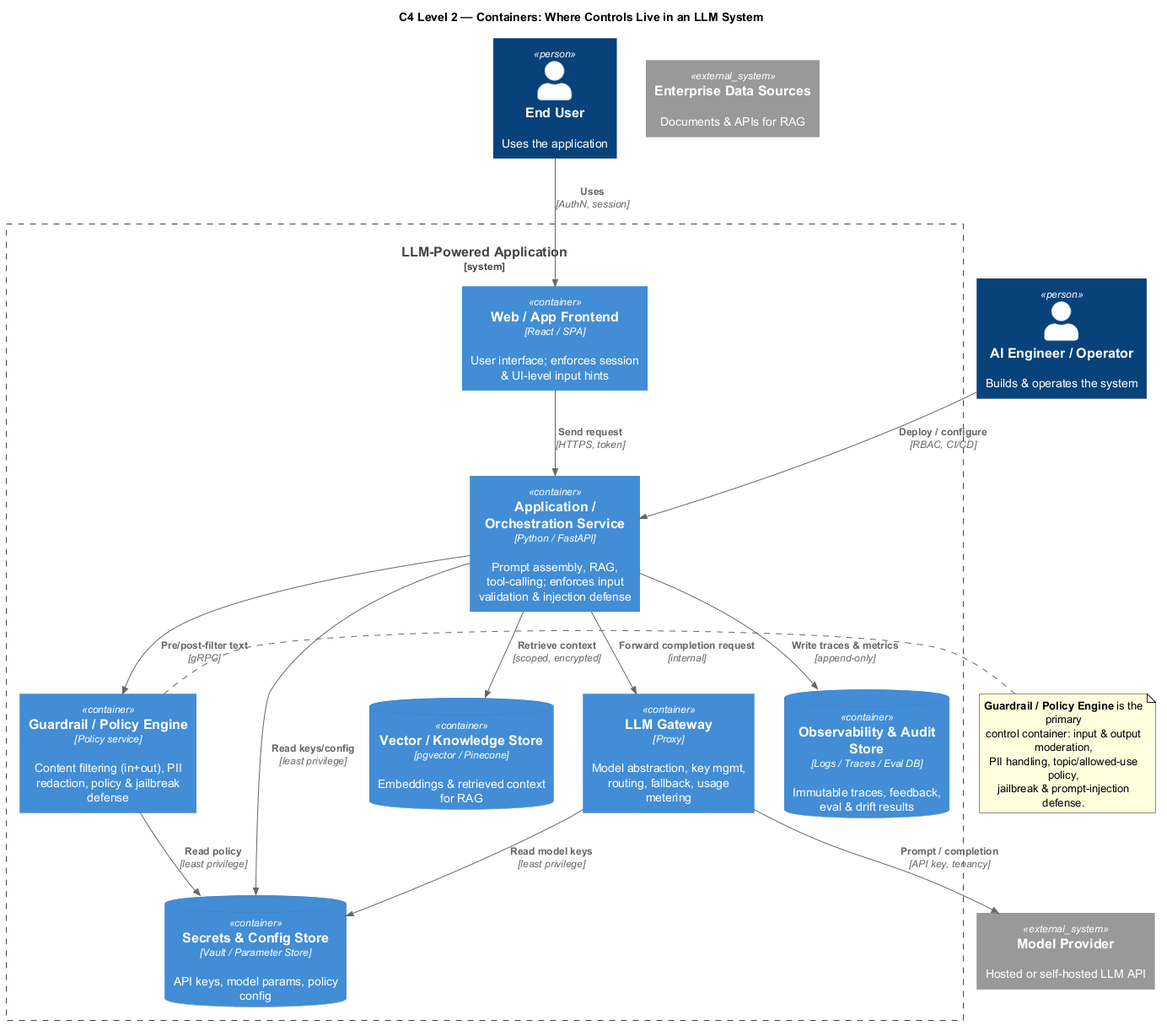
Before: 02-container.png, a diagram exported from PlantUML (hoggmania/llm-c4-controls). Its diagram source:
```plantuml
@startuml
!includeurl https://raw.githubusercontent.com/plantuml-stdlib/C4-PlantUML/master/C4_Container.puml

title C4 Level 2 — Containers: Where Controls Live in an LLM System

Person(user, "End User", "Uses the application")
Person(engineer, "AI Engineer / Operator", "Builds & operates the system")

System_Boundary(llmApp, "LLM-Powered Application") {

  Container(ui, "Web / App Frontend", "React / SPA", "User interface; enforces session & UI-level input hints")

  Container(orch, "Application / Orchestration Service", "Python / FastAPI", "Prompt assembly, RAG, tool-calling; enforces input validation & injection defense")
  Container(guard, "Guardrail / Policy Engine", "Policy service", "Content filtering (in+out), PII redaction, policy & jailbreak defense")
  Container(gw, "LLM Gateway", "Proxy", "Model abstraction, key mgmt, routing, fallback, usage metering")

  ContainerDb(vec, "Vector / Knowledge Store", "pgvector / Pinecone", "Embeddings & retrieved context for RAG")
  ContainerDb(secrets, "Secrets & Config Store", "Vault / Parameter Store", "API keys, model params, policy config")
  ContainerDb(obs, "Observability & Audit Store", "Logs / Traces / Eval DB", "Immutable traces, feedback, eval & drift results")
}

System_Ext(modelProvider, "Model Provider", "Hosted or self-hosted LLM API")
System_Ext(dataSrc, "Enterprise Data Sources", "Documents & APIs for RAG")

Rel(user, ui, "Uses", "AuthN, session")
Rel(ui, orch, "Send request", "HTTPS, token")
Rel(engineer, orch, "Deploy / configure", "RBAC, CI/CD")
Rel(orch, guard, "Pre/post-filter text", "gRPC")
Rel(orch, gw, "Forward completion request", "internal")
Rel(gw, modelProvider, "Prompt / completion", "API key, tenancy")
Rel(orch, vec, "Retrieve context", "scoped, encrypted")
Rel(orch, secrets, "Read keys/config", "least privilege")
Rel(orch, obs, "Write traces & metrics", "append-only")
Rel(gw, secrets, "Read model keys", "least privilege")
Rel(guard, secrets, "Read policy", "least privilege")

note right of guard
  <b>Guardrail / Policy Engine</b> is the primary
  control container: input & output moderation,
  PII handling, topic/allowed-use policy,
  jailbreak & prompt-injection defense.
end note

@enduml
```
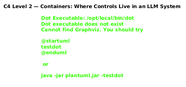
After the change.

Change to the diagram source:
```diff
@@ -11,6 +11,7 @@
   Container(ui, "Web / App Frontend", "React / SPA", "User interface; enforces session & UI-level input hints")
 
   Container(orch, "Application / Orchestration Service", "Python / FastAPI", "Prompt assembly, RAG, tool-calling; enforces input validation & injection defense")
+  Container(indexer, "Knowledge Ingestion / Indexing", "Pipeline", "Authorizes, classifies, screens, chunks and embeds enterprise content")
   Container(guard, "Guardrail / Policy Engine", "Policy service", "Content filtering (in+out), PII redaction, policy & jailbreak defense")
   Container(gw, "LLM Gateway", "Proxy", "Model abstraction, key mgmt, routing, fallback, usage metering")
 
@@ -25,6 +26,12 @@
 Rel(user, ui, "Uses", "AuthN, session")
 Rel(ui, orch, "Send request", "HTTPS, token")
 Rel(engineer, orch, "Deploy / configure", "RBAC, CI/CD")
+Rel(dataSrc, indexer, "Provide documents & data", "scoped connector")
+Rel(indexer, guard, "Screen / redact content", "gRPC")
+Rel(indexer, gw, "Create embeddings", "internal")
+Rel(indexer, vec, "Write classified chunks & embeddings", "encrypted")
+Rel(indexer, secrets, "Read connector/config", "least privilege")
+Rel(indexer, obs, "Write ingestion audit", "append-only")
 Rel(orch, guard, "Pre/post-filter text", "gRPC")
 Rel(orch, gw, "Forward completion request", "internal")
 Rel(gw, modelProvider, "Prompt / completion", "API key, tenancy")
```
